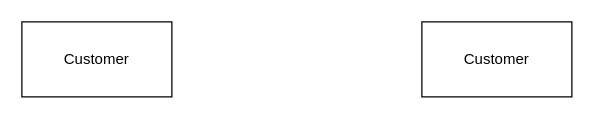
yeoleshweta/yeoleshweta keeps this draw.io diagram as Untitled Diagram.drawio. Above is the earlier version. Source tidied: cells renumbered, new cells numbered last; positions are measured from the earlier drawing's top-left corner, leaving out a move shared by most shapes. Both pictures are drawn from the tidied source at 125%, with x=0, y=0 at pixel (21, 21).
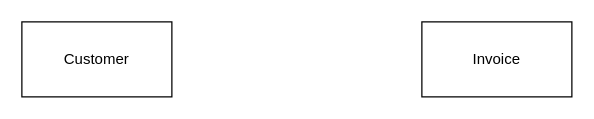
The same diagram, later.

Diff of the diagram source:
```diff
@@
 <mxGraphModel>
   <root>
     <mxCell id="0" />
     <mxCell id="1" parent="0" />
     <mxCell id="2" value="Customer" style="rounded=0;whiteSpace=wrap;html=1;" parent="1" vertex="1">
       <mxGeometry width="120" height="60" as="geometry" />
     </mxCell>
-    <mxCell id="3" value="Customer" style="rounded=0;whiteSpace=wrap;html=1;" parent="1" vertex="1">
+    <mxCell id="3" value="Invoice" style="rounded=0;whiteSpace=wrap;html=1;" parent="1" vertex="1">
       <mxGeometry x="320" width="120" height="60" as="geometry" />
     </mxCell>
   </root>
 </mxGraphModel>
```
